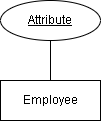
This is Phase 1/ERD.drawio.png from AhmedElkhashn/DB-project, a draw.io export, as it was before one commit. Source tidied: cells renumbered, new cells last; positions are measured from the earlier drawing's top-left corner, leaving out a move shared by most shapes. The source it was exported from:
```xml
<mxGraphModel>
  <root>
    <mxCell id="0" />
    <mxCell id="1" parent="0" />
    <mxCell id="2" value="Employee" style="whiteSpace=wrap;html=1;align=center;" parent="1" vertex="1">
      <mxGeometry y="80" width="100" height="40" as="geometry" />
    </mxCell>
    <mxCell id="3" value="Attribute" style="ellipse;whiteSpace=wrap;html=1;align=center;fontStyle=4;" parent="1" vertex="1">
      <mxGeometry width="100" height="40" as="geometry" />
    </mxCell>
    <mxCell id="4" style="endArrow=none;html=1;rounded=0;exitX=0.5;exitY=1;exitDx=0;exitDy=0;entryX=0.5;entryY=0;entryDx=0;entryDy=0;" parent="1" edge="1" source="3" target="2">
      <mxGeometry relative="1" as="geometry" />
    </mxCell>
  </root>
</mxGraphModel>
```
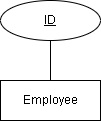
Later version of the same file.

Change to the diagram source:
```diff
@@ -5,7 +5,7 @@
     <mxCell id="2" value="Employee" style="whiteSpace=wrap;html=1;align=center;" parent="1" vertex="1">
       <mxGeometry y="80" width="100" height="40" as="geometry" />
     </mxCell>
-    <mxCell id="3" value="Attribute" style="ellipse;whiteSpace=wrap;html=1;align=center;fontStyle=4;" parent="1" vertex="1">
+    <mxCell id="3" value="ID" style="ellipse;whiteSpace=wrap;html=1;align=center;fontStyle=4;" parent="1" vertex="1">
       <mxGeometry width="100" height="40" as="geometry" />
     </mxCell>
     <mxCell id="4" style="endArrow=none;html=1;rounded=0;exitX=0.5;exitY=1;exitDx=0;exitDy=0;entryX=0.5;entryY=0;entryDx=0;entryDy=0;" parent="1" edge="1" source="3" target="2">
```
